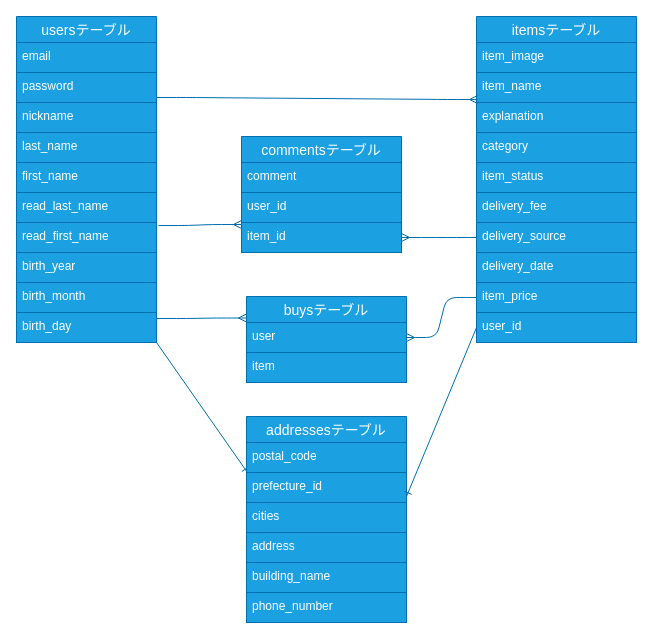
The draw.io diagram db.dio in shingo04/furima-33965, before the edit. Source tidied: cells renumbered, new cells numbered last; positions are measured from the earlier drawing's top-left corner, leaving out a move shared by most shapes. Both pictures are drawn from the tidied source at 100%, with x=0, y=0 at pixel (16, 16).
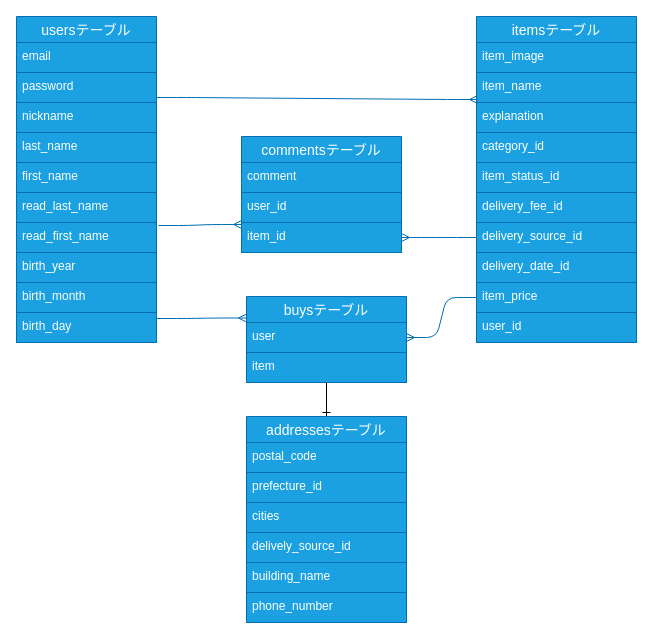
The same diagram, later.

The change refers to these unchanged cells:
```xml
<mxCell id="3" value="usersテーブル" style="swimlane;fontStyle=0;horizontal=1;startSize=26;align=center;fontSize=14;fillColor=#1ba1e2;strokeColor=#006EAF;fontColor=#ffffff;" parent="1" vertex="1">
  <mxGeometry width="140" height="326" as="geometry" />
</mxCell>
<mxCell id="14" value="itemsテーブル" style="swimlane;fontStyle=0;horizontal=1;startSize=26;align=center;fontSize=14;fillColor=#1ba1e2;strokeColor=#006EAF;fontColor=#ffffff;" parent="1" vertex="1">
  <mxGeometry x="460" width="160" height="326" as="geometry" />
</mxCell>
<mxCell id="24" value="user_id" style="text;strokeColor=#006EAF;fillColor=#1ba1e2;spacingLeft=4;spacingRight=4;overflow=hidden;points=[[0,0.5],[1,0.5]];portConstraint=eastwest;fontSize=12;fontColor=#ffffff;" parent="14" vertex="1">
  <mxGeometry y="296" width="160" height="30" as="geometry" />
</mxCell>
<mxCell id="32" value="buysテーブル" style="swimlane;fontStyle=0;horizontal=1;startSize=26;align=center;fontSize=14;fillColor=#1ba1e2;strokeColor=#006EAF;fontColor=#ffffff;" parent="1" vertex="1">
  <mxGeometry x="230" y="280" width="160" height="86" as="geometry" />
</mxCell>
<mxCell id="35" value="addressesテーブル" style="swimlane;fontStyle=0;horizontal=1;startSize=26;align=center;fontSize=14;fillColor=#1ba1e2;strokeColor=#006EAF;fontColor=#ffffff;" parent="1" vertex="1">
  <mxGeometry x="230" y="400" width="160" height="206" as="geometry" />
</mxCell>
<mxCell id="36" value="postal_code" style="text;strokeColor=#006EAF;fillColor=#1ba1e2;spacingLeft=4;spacingRight=4;overflow=hidden;points=[[0,0.5],[1,0.5]];portConstraint=eastwest;fontSize=12;fontColor=#ffffff;" parent="35" vertex="1">
  <mxGeometry y="26" width="160" height="30" as="geometry" />
</mxCell>
```

What changed in the source:
```diff
@@
-    <mxCell id="2" style="edgeStyle=none;rounded=0;jumpSize=7;jettySize=auto;html=1;exitX=1;exitY=1;exitDx=0;exitDy=0;entryX=0.006;entryY=1;entryDx=0;entryDy=0;entryPerimeter=0;startSize=6;sourcePerimeterSpacing=16;endArrow=ERone;endFill=0;targetPerimeterSpacing=16;fillColor=#1ba1e2;strokeColor=#006EAF;" parent="1" edge="1" source="3" target="36">
-      <mxGeometry relative="1" as="geometry" />
-    </mxCell>
@@
-    <mxCell id="18" value="category" style="text;strokeColor=#006EAF;fillColor=#1ba1e2;spacingLeft=4;spacingRight=4;overflow=hidden;fontSize=12;fontColor=#ffffff;" parent="14" vertex="1">
+    <mxCell id="18" value="category_id" style="text;strokeColor=#006EAF;fillColor=#1ba1e2;spacingLeft=4;spacingRight=4;overflow=hidden;fontSize=12;fontColor=#ffffff;" parent="14" vertex="1">
       <mxGeometry y="116" width="160" height="30" as="geometry" />
     </mxCell>
-    <mxCell id="19" value="item_status" style="text;strokeColor=#006EAF;fillColor=#1ba1e2;spacingLeft=4;spacingRight=4;overflow=hidden;fontSize=12;fontColor=#ffffff;" parent="14" vertex="1">
+    <mxCell id="19" value="item_status_id" style="text;strokeColor=#006EAF;fillColor=#1ba1e2;spacingLeft=4;spacingRight=4;overflow=hidden;fontSize=12;fontColor=#ffffff;" parent="14" vertex="1">
       <mxGeometry y="146" width="160" height="30" as="geometry" />
     </mxCell>
-    <mxCell id="20" value="delivery_fee" style="text;strokeColor=#006EAF;fillColor=#1ba1e2;spacingLeft=4;spacingRight=4;overflow=hidden;fontSize=12;fontColor=#ffffff;" parent="14" vertex="1">
+    <mxCell id="20" value="delivery_fee_id" style="text;strokeColor=#006EAF;fillColor=#1ba1e2;spacingLeft=4;spacingRight=4;overflow=hidden;fontSize=12;fontColor=#ffffff;" parent="14" vertex="1">
       <mxGeometry y="176" width="160" height="30" as="geometry" />
     </mxCell>
-    <mxCell id="21" value="delivery_source" style="text;strokeColor=#006EAF;fillColor=#1ba1e2;spacingLeft=4;spacingRight=4;overflow=hidden;points=[[0,0.5],[1,0.5]];portConstraint=eastwest;fontSize=12;fontColor=#ffffff;" parent="14" vertex="1">
+    <mxCell id="21" value="delivery_source_id" style="text;strokeColor=#006EAF;fillColor=#1ba1e2;spacingLeft=4;spacingRight=4;overflow=hidden;points=[[0,0.5],[1,0.5]];portConstraint=eastwest;fontSize=12;fontColor=#ffffff;" parent="14" vertex="1">
       <mxGeometry y="206" width="160" height="30" as="geometry" />
     </mxCell>
-    <mxCell id="22" value="delivery_date" style="text;strokeColor=#006EAF;fillColor=#1ba1e2;spacingLeft=4;spacingRight=4;overflow=hidden;fontSize=12;fontColor=#ffffff;" parent="14" vertex="1">
+    <mxCell id="22" value="delivery_date_id" style="text;strokeColor=#006EAF;fillColor=#1ba1e2;spacingLeft=4;spacingRight=4;overflow=hidden;fontSize=12;fontColor=#ffffff;" parent="14" vertex="1">
       <mxGeometry y="236" width="160" height="30" as="geometry" />
     </mxCell>
@@
+    <mxCell id="45" style="edgeStyle=none;rounded=0;jumpSize=7;jettySize=auto;html=1;exitX=0.5;exitY=1;exitDx=0;exitDy=0;entryX=0.5;entryY=0;entryDx=0;entryDy=0;startSize=6;sourcePerimeterSpacing=16;endArrow=ERone;endFill=0;targetPerimeterSpacing=16;" parent="1" edge="1" source="32" target="35">
+      <mxGeometry relative="1" as="geometry" />
+    </mxCell>
@@
-    <mxCell id="39" value="address" style="text;strokeColor=#006EAF;fillColor=#1ba1e2;spacingLeft=4;spacingRight=4;overflow=hidden;fontSize=12;fontColor=#ffffff;" parent="35" vertex="1">
+    <mxCell id="39" value="delively_source_id" style="text;strokeColor=#006EAF;fillColor=#1ba1e2;spacingLeft=4;spacingRight=4;overflow=hidden;fontSize=12;fontColor=#ffffff;" parent="35" vertex="1">
       <mxGeometry y="116" width="160" height="30" as="geometry" />
     </mxCell>
@@
-    <mxCell id="44" style="edgeStyle=none;rounded=0;jumpSize=7;jettySize=auto;html=1;exitX=0;exitY=0.5;exitDx=0;exitDy=0;startSize=6;sourcePerimeterSpacing=16;endArrow=ERone;endFill=0;targetPerimeterSpacing=16;fillColor=#1ba1e2;strokeColor=#006EAF;" parent="1" edge="1" source="24">
-      <mxGeometry relative="1" as="geometry">
-        <mxPoint x="390" y="480" as="targetPoint" />
-      </mxGeometry>
-    </mxCell>
```
